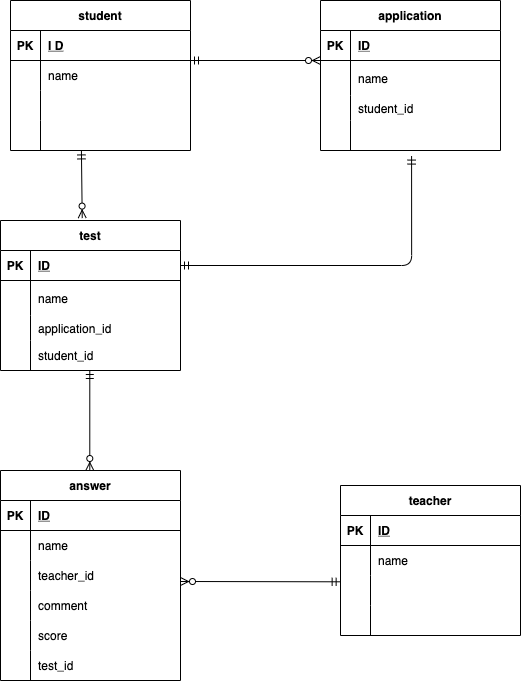
This is index.drawio.png from daisuke88888/ER, a draw.io export, as it was before one commit. Source tidied: cells renumbered, new cells last; positions are measured from the earlier drawing's top-left corner, leaving out a move shared by most shapes.
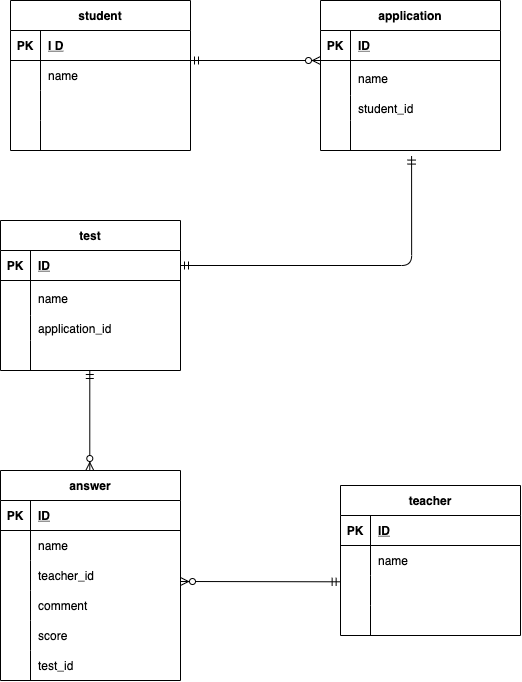
Later version of the same file.

Commit message:
firs dquote> git commit -m firs

Change to the diagram source:
```diff
@@ -77,7 +77,7 @@
     <mxCell id="26" style="shape=partialRectangle;fillColor=none;top=0;left=0;bottom=0;right=0;overflow=hidden;" parent="25" vertex="1">
       <mxGeometry width="30" height="30" as="geometry" />
     </mxCell>
-    <mxCell id="27" value="student_id" style="shape=partialRectangle;fillColor=none;top=0;left=0;bottom=0;right=0;align=left;spacingLeft=6;overflow=hidden;" parent="25" vertex="1">
+    <mxCell id="27" style="shape=partialRectangle;fillColor=none;top=0;left=0;bottom=0;right=0;align=left;spacingLeft=6;overflow=hidden;" parent="25" vertex="1">
       <mxGeometry x="30" width="150" height="30" as="geometry" />
     </mxCell>
     <mxCell id="28" value="teacher" style="shape=table;startSize=30;rowLines=0;fontStyle=1;align=center;" parent="1" vertex="1">
@@ -221,9 +221,6 @@
     <mxCell id="73" style="shape=partialRectangle;fillColor=none;top=0;left=0;bottom=0;right=0;align=left;spacingLeft=6;overflow=hidden;" parent="71" vertex="1">
       <mxGeometry x="30" width="150" height="30" as="geometry" />
     </mxCell>
-    <mxCell id="74" style="fontSize=12;html=1;endArrow=ERzeroToMany;startArrow=ERmandOne;entryX=0.454;entryY=-0.016;entryDx=0;entryDy=0;entryPerimeter=0;exitX=0.394;exitY=1.014;exitDx=0;exitDy=0;exitPerimeter=0;" parent="1" edge="1" source="12" target="15">
-      <mxGeometry relative="1" as="geometry" />
-    </mxCell>
     <mxCell id="75" style="fontSize=12;html=1;endArrow=ERzeroToMany;startArrow=ERmandOne;entryX=0;entryY=0.5;entryDx=0;entryDy=0;" parent="1" edge="1">
       <mxGeometry relative="1" as="geometry">
         <mxPoint x="89.3" y="370" as="sourcePoint" />
```
